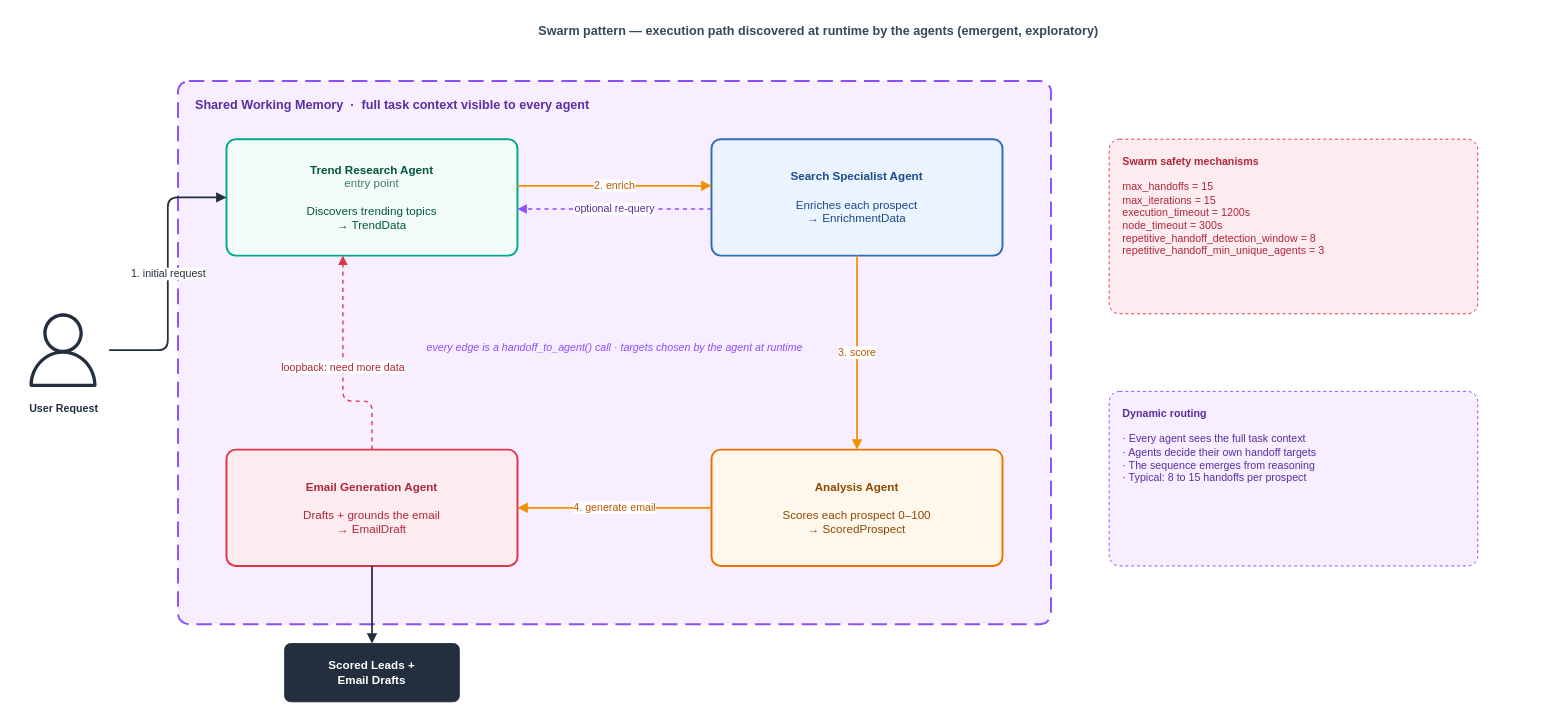
Earlier version of the draw.io diagram architecture/swarm-pattern.drawio (aws-samples/sample-social-intelligence-agents). Source tidied: cells renumbered, new cells numbered last; positions are measured from the earlier drawing's top-left corner, leaving out a move shared by most shapes. Both pictures are drawn from the tidied source at 97%, with x=0, y=0 at pixel (16, 16).
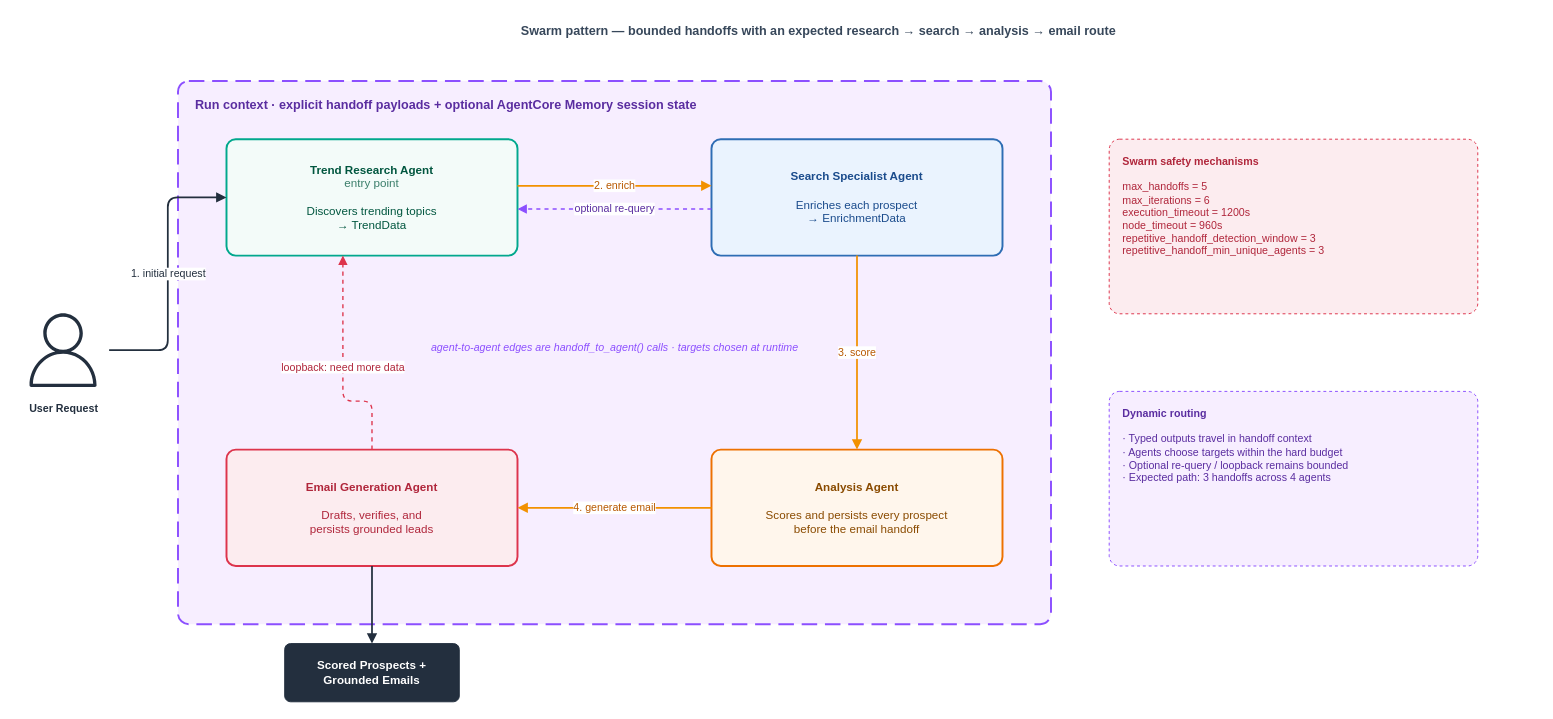
Above is the later version.

Change to the diagram source:
```diff
@@
-    <mxCell id="2" value="Swarm pattern — execution path discovered at runtime by the agents (emergent, exploratory)" style="text;html=1;fontColor=#37475A;fontSize=13;fontStyle=1;align=center;" parent="1" vertex="1">
+    <mxCell id="2" value="Swarm pattern — bounded handoffs with an expected research → search → analysis → email route" style="text;html=1;fontColor=#37475A;fontSize=13;fontStyle=1;align=center;" parent="1" vertex="1">
       <mxGeometry x="86" width="1480" height="24" as="geometry" />
     </mxCell>
@@
-    <mxCell id="4" value="Shared Working Memory  ·  full task context visible to every agent" style="rounded=1;whiteSpace=wrap;html=1;fillColor=#F7EEFF;strokeColor=#8C4FFF;verticalAlign=top;align=left;spacingLeft=16;spacingTop=10;fontColor=#5A2DA0;fontStyle=1;fontSize=13;arcSize=2;dashed=1;dashPattern=8 4;strokeWidth=2;" parent="1" vertex="1">
+    <mxCell id="4" value="Run context · explicit handoff payloads + optional AgentCore Memory session state" style="rounded=1;whiteSpace=wrap;html=1;fillColor=#F7EEFF;strokeColor=#8C4FFF;verticalAlign=top;align=left;spacingLeft=16;spacingTop=10;fontColor=#5A2DA0;fontStyle=1;fontSize=13;arcSize=2;dashed=1;dashPattern=8 4;strokeWidth=2;" parent="1" vertex="1">
       <mxGeometry x="166" y="66" width="900" height="560" as="geometry" />
     </mxCell>
@@
-    <mxCell id="7" value="&lt;b&gt;Email Generation Agent&lt;/b&gt;&lt;br&gt;&lt;br&gt;Drafts + grounds the email&lt;br&gt;→ EmailDraft" style="rounded=1;whiteSpace=wrap;html=1;fillColor=#FCECEF;strokeColor=#DD344C;fontColor=#B0263B;fontSize=12;align=center;verticalAlign=middle;arcSize=8;dashed=0;strokeWidth=2;" parent="1" vertex="1">
+    <mxCell id="7" value="&lt;b&gt;Email Generation Agent&lt;/b&gt;&lt;br&gt;&lt;br&gt;Drafts, verifies, and&lt;br&gt;persists grounded leads" style="rounded=1;whiteSpace=wrap;html=1;fillColor=#FCECEF;strokeColor=#DD344C;fontColor=#B0263B;fontSize=12;align=center;verticalAlign=middle;arcSize=8;dashed=0;strokeWidth=2;" parent="1" vertex="1">
       <mxGeometry x="216" y="446" width="300" height="120" as="geometry" />
     </mxCell>
-    <mxCell id="8" value="&lt;b&gt;Analysis Agent&lt;/b&gt;&lt;br&gt;&lt;br&gt;Scores each prospect 0–100&lt;br&gt;→ ScoredProspect" style="rounded=1;whiteSpace=wrap;html=1;fillColor=#FFF6EC;strokeColor=#ED7100;fontColor=#8A4B00;fontSize=12;align=center;verticalAlign=middle;arcSize=8;dashed=0;strokeWidth=2;" parent="1" vertex="1">
+    <mxCell id="8" value="&lt;b&gt;Analysis Agent&lt;/b&gt;&lt;br&gt;&lt;br&gt;Scores and persists every prospect&lt;br&gt;before the email handoff" style="rounded=1;whiteSpace=wrap;html=1;fillColor=#FFF6EC;strokeColor=#ED7100;fontColor=#8A4B00;fontSize=12;align=center;verticalAlign=middle;arcSize=8;dashed=0;strokeWidth=2;" parent="1" vertex="1">
       <mxGeometry x="716" y="446" width="300" height="120" as="geometry" />
     </mxCell>
-    <mxCell id="9" value="every edge is a handoff_to_agent() call · targets chosen by the agent at runtime" style="text;html=1;fontColor=#8C4FFF;fontSize=11;fontStyle=2;align=center;" parent="1" vertex="1">
+    <mxCell id="9" value="agent-to-agent edges are handoff_to_agent() calls · targets chosen at runtime" style="text;html=1;fontColor=#8C4FFF;fontSize=11;fontStyle=2;align=center;" parent="1" vertex="1">
       <mxGeometry x="436" y="328" width="360" height="20" as="geometry" />
     </mxCell>
-    <mxCell id="10" value="Scored Leads +&#10;Email Drafts" style="rounded=1;whiteSpace=wrap;html=1;fillColor=#232F3E;strokeColor=#232F3E;fontColor=#FFFFFF;fontSize=12;fontStyle=1;arcSize=10;" parent="1" vertex="1">
+    <mxCell id="10" value="Scored Prospects +&#10;Grounded Emails" style="rounded=1;whiteSpace=wrap;html=1;fillColor=#232F3E;strokeColor=#232F3E;fontColor=#FFFFFF;fontSize=12;fontStyle=1;arcSize=10;" parent="1" vertex="1">
       <mxGeometry x="276" y="646" width="180" height="60" as="geometry" />
     </mxCell>
-    <mxCell id="11" value="&lt;b&gt;Swarm safety mechanisms&lt;/b&gt;&lt;br&gt;&lt;br&gt;max_handoffs = 15&lt;br&gt;max_iterations = 15&lt;br&gt;execution_timeout = 1200s&lt;br&gt;node_timeout = 300s&lt;br&gt;repetitive_handoff_detection_window = 8&lt;br&gt;repetitive_handoff_min_unique_agents = 3" style="rounded=1;whiteSpace=wrap;html=1;fillColor=#FCECEF;strokeColor=#DD344C;fontColor=#B0263B;fontSize=11;align=left;verticalAlign=top;spacingLeft=12;spacingTop=10;dashed=1;arcSize=6;" parent="1" vertex="1">
+    <mxCell id="11" value="&lt;b&gt;Swarm safety mechanisms&lt;/b&gt;&lt;br&gt;&lt;br&gt;max_handoffs = 5&lt;br&gt;max_iterations = 6&lt;br&gt;execution_timeout = 1200s&lt;br&gt;node_timeout = 960s&lt;br&gt;repetitive_handoff_detection_window = 3&lt;br&gt;repetitive_handoff_min_unique_agents = 3" style="rounded=1;whiteSpace=wrap;html=1;fillColor=#FCECEF;strokeColor=#DD344C;fontColor=#B0263B;fontSize=11;align=left;verticalAlign=top;spacingLeft=12;spacingTop=10;dashed=1;arcSize=6;" parent="1" vertex="1">
       <mxGeometry x="1126" y="126" width="380" height="180" as="geometry" />
     </mxCell>
-    <mxCell id="12" value="&lt;b&gt;Dynamic routing&lt;/b&gt;&lt;br&gt;&lt;br&gt;· Every agent sees the full task context&lt;br&gt;· Agents decide their own handoff targets&lt;br&gt;· The sequence emerges from reasoning&lt;br&gt;· Typical: 8 to 15 handoffs per prospect" style="rounded=1;whiteSpace=wrap;html=1;fillColor=#F7EEFF;strokeColor=#8C4FFF;fontColor=#5A2DA0;fontSize=11;align=left;verticalAlign=top;spacingLeft=12;spacingTop=10;dashed=1;arcSize=6;" parent="1" vertex="1">
+    <mxCell id="12" value="&lt;b&gt;Dynamic routing&lt;/b&gt;&lt;br&gt;&lt;br&gt;· Typed outputs travel in handoff context&lt;br&gt;· Agents choose targets within the hard budget&lt;br&gt;· Optional re-query / loopback remains bounded&lt;br&gt;· Expected path: 3 handoffs across 4 agents" style="rounded=1;whiteSpace=wrap;html=1;fillColor=#F7EEFF;strokeColor=#8C4FFF;fontColor=#5A2DA0;fontSize=11;align=left;verticalAlign=top;spacingLeft=12;spacingTop=10;dashed=1;arcSize=6;" parent="1" vertex="1">
       <mxGeometry x="1126" y="386" width="380" height="180" as="geometry" />
     </mxCell>
```
